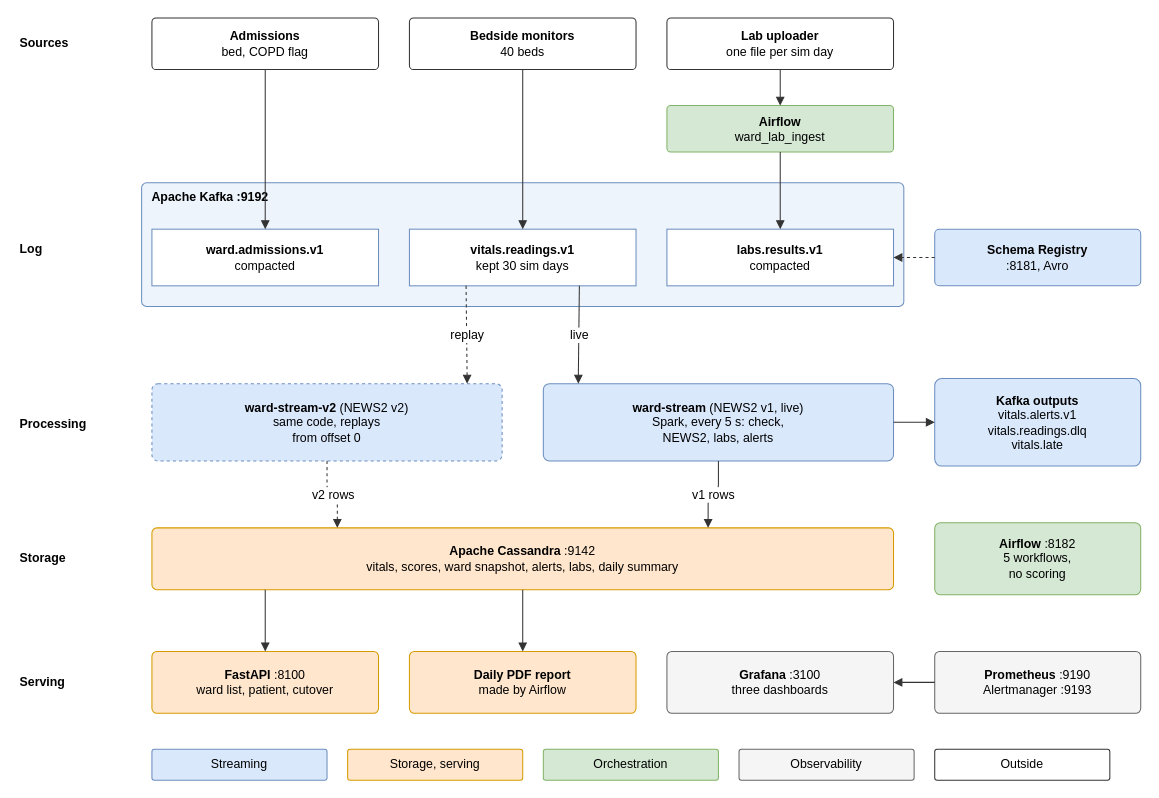
Earlier version of the draw.io diagram docs/diagrams/D2-layered-architecture.drawio (Ashfaq-Riyaldeen/hospital-vitals-kappa). Source tidied: cells renumbered, new cells numbered last; positions are measured from the earlier drawing's top-left corner, leaving out a move shared by most shapes. Both pictures are drawn from the tidied source at 103%, with x=0, y=0 at pixel (18, 18).
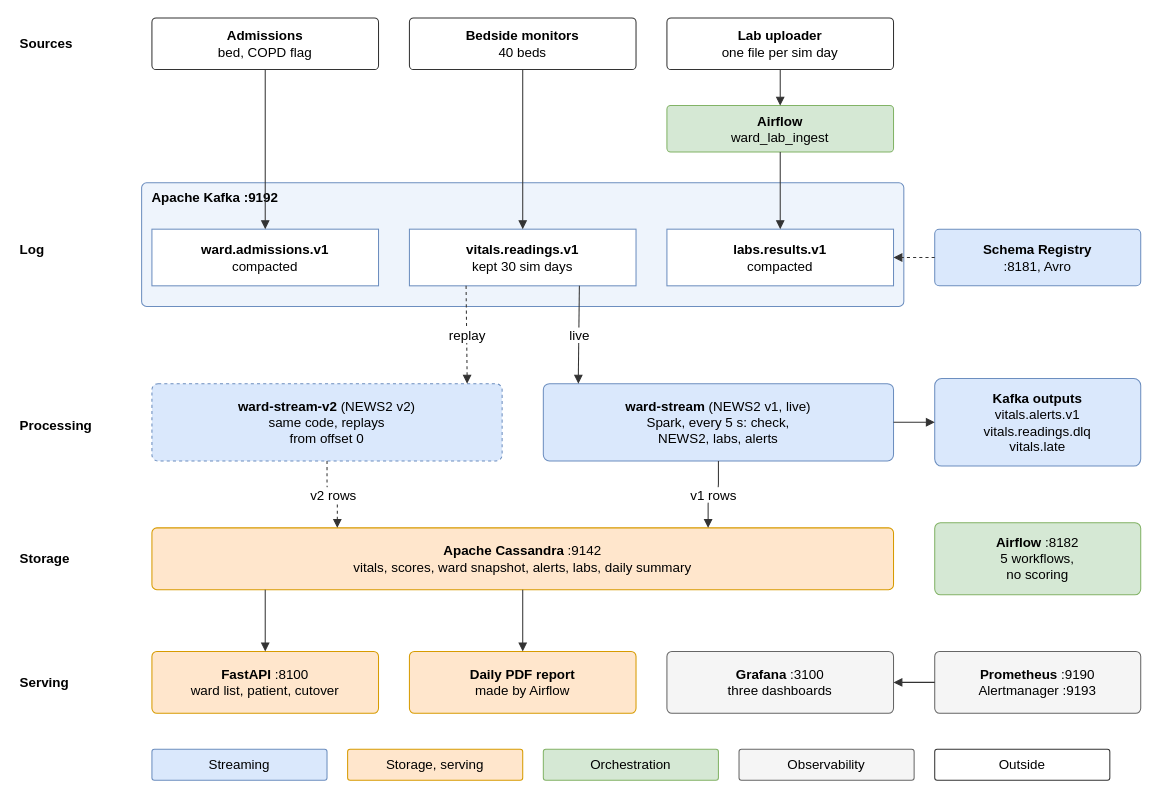
Above is the later version.

Change to the diagram source:
```diff
@@
-    <mxCell id="2" value="Sources" style="text;html=1;align=left;verticalAlign=middle;fontFamily=Helvetica;fontSize=12;fontStyle=1;" parent="1" vertex="1">
+    <mxCell id="2" value="Sources" style="text;html=1;align=left;verticalAlign=middle;fontFamily=Helvetica;fontSize=13;fontStyle=1;" parent="1" vertex="1">
       <mxGeometry y="5" width="110" height="40" as="geometry" />
     </mxCell>
-    <mxCell id="3" value="Log" style="text;html=1;align=left;verticalAlign=middle;fontFamily=Helvetica;fontSize=12;fontStyle=1;" parent="1" vertex="1">
+    <mxCell id="3" value="Log" style="text;html=1;align=left;verticalAlign=middle;fontFamily=Helvetica;fontSize=13;fontStyle=1;" parent="1" vertex="1">
       <mxGeometry y="205" width="110" height="40" as="geometry" />
     </mxCell>
-    <mxCell id="4" value="Processing" style="text;html=1;align=left;verticalAlign=middle;fontFamily=Helvetica;fontSize=12;fontStyle=1;" parent="1" vertex="1">
+    <mxCell id="4" value="Processing" style="text;html=1;align=left;verticalAlign=middle;fontFamily=Helvetica;fontSize=13;fontStyle=1;" parent="1" vertex="1">
       <mxGeometry y="375" width="110" height="40" as="geometry" />
     </mxCell>
-    <mxCell id="5" value="Storage" style="text;html=1;align=left;verticalAlign=middle;fontFamily=Helvetica;fontSize=12;fontStyle=1;" parent="1" vertex="1">
+    <mxCell id="5" value="Storage" style="text;html=1;align=left;verticalAlign=middle;fontFamily=Helvetica;fontSize=13;fontStyle=1;" parent="1" vertex="1">
       <mxGeometry y="505" width="110" height="40" as="geometry" />
     </mxCell>
-    <mxCell id="6" value="Serving" style="text;html=1;align=left;verticalAlign=middle;fontFamily=Helvetica;fontSize=12;fontStyle=1;" parent="1" vertex="1">
+    <mxCell id="6" value="Serving" style="text;html=1;align=left;verticalAlign=middle;fontFamily=Helvetica;fontSize=13;fontStyle=1;" parent="1" vertex="1">
       <mxGeometry y="625" width="110" height="40" as="geometry" />
     </mxCell>
-    <mxCell id="7" value="&lt;b&gt;Admissions&lt;/b&gt;&lt;br&gt;bed, COPD flag" style="whiteSpace=wrap;html=1;rounded=1;arcSize=8;fontFamily=Helvetica;fontSize=12;fillColor=#ffffff;strokeColor=#333333;" parent="1" vertex="1">
+    <mxCell id="7" value="&lt;b&gt;Admissions&lt;/b&gt;&lt;br&gt;bed, COPD flag" style="whiteSpace=wrap;html=1;rounded=1;arcSize=8;fontFamily=Helvetica;fontSize=13;fillColor=#ffffff;strokeColor=#333333;" parent="1" vertex="1">
       <mxGeometry x="130" width="220" height="50" as="geometry" />
     </mxCell>
-    <mxCell id="8" value="&lt;b&gt;Bedside monitors&lt;/b&gt;&lt;br&gt;40 beds" style="whiteSpace=wrap;html=1;rounded=1;arcSize=8;fontFamily=Helvetica;fontSize=12;fillColor=#ffffff;strokeColor=#333333;" parent="1" vertex="1">
+    <mxCell id="8" value="&lt;b&gt;Bedside monitors&lt;/b&gt;&lt;br&gt;40 beds" style="whiteSpace=wrap;html=1;rounded=1;arcSize=8;fontFamily=Helvetica;fontSize=13;fillColor=#ffffff;strokeColor=#333333;" parent="1" vertex="1">
       <mxGeometry x="380" width="220" height="50" as="geometry" />
     </mxCell>
-    <mxCell id="9" value="&lt;b&gt;Lab uploader&lt;/b&gt;&lt;br&gt;one file per sim day" style="whiteSpace=wrap;html=1;rounded=1;arcSize=8;fontFamily=Helvetica;fontSize=12;fillColor=#ffffff;strokeColor=#333333;" parent="1" vertex="1">
+    <mxCell id="9" value="&lt;b&gt;Lab uploader&lt;/b&gt;&lt;br&gt;one file per sim day" style="whiteSpace=wrap;html=1;rounded=1;arcSize=8;fontFamily=Helvetica;fontSize=13;fillColor=#ffffff;strokeColor=#333333;" parent="1" vertex="1">
       <mxGeometry x="630" width="220" height="50" as="geometry" />
     </mxCell>
-    <mxCell id="10" value="&lt;b&gt;Airflow&lt;/b&gt;&lt;br&gt;ward_lab_ingest" style="whiteSpace=wrap;html=1;rounded=1;arcSize=8;fontFamily=Helvetica;fontSize=12;fillColor=#d5e8d4;strokeColor=#82b366;" parent="1" vertex="1">
+    <mxCell id="10" value="&lt;b&gt;Airflow&lt;/b&gt;&lt;br&gt;ward_lab_ingest" style="whiteSpace=wrap;html=1;rounded=1;arcSize=8;fontFamily=Helvetica;fontSize=13;fillColor=#d5e8d4;strokeColor=#82b366;" parent="1" vertex="1">
       <mxGeometry x="630" y="85" width="220" height="45" as="geometry" />
     </mxCell>
-    <mxCell id="11" value="Apache Kafka :9192" style="whiteSpace=wrap;html=1;rounded=1;arcSize=4;verticalAlign=top;align=left;spacingLeft=8;fontFamily=Helvetica;fontSize=12;fontStyle=1;fillColor=#eef4fc;strokeColor=#6c8ebf;" parent="1" vertex="1">
+    <mxCell id="11" value="Apache Kafka :9192" style="whiteSpace=wrap;html=1;rounded=1;arcSize=4;verticalAlign=top;align=left;spacingLeft=8;fontFamily=Helvetica;fontSize=13;fontStyle=1;fillColor=#eef4fc;strokeColor=#6c8ebf;" parent="1" vertex="1">
       <mxGeometry x="120" y="160" width="740" height="120" as="geometry" />
     </mxCell>
-    <mxCell id="12" value="&lt;b&gt;ward.admissions.v1&lt;/b&gt;&lt;br&gt;compacted" style="whiteSpace=wrap;html=1;rounded=0;fontFamily=Helvetica;fontSize=12;fillColor=#ffffff;strokeColor=#6c8ebf;" parent="1" vertex="1">
+    <mxCell id="12" value="&lt;b&gt;ward.admissions.v1&lt;/b&gt;&lt;br&gt;compacted" style="whiteSpace=wrap;html=1;rounded=0;fontFamily=Helvetica;fontSize=13;fillColor=#ffffff;strokeColor=#6c8ebf;" parent="1" vertex="1">
       <mxGeometry x="130" y="205" width="220" height="55" as="geometry" />
     </mxCell>
-    <mxCell id="13" value="&lt;b&gt;vitals.readings.v1&lt;/b&gt;&lt;br&gt;kept 30 sim days" style="whiteSpace=wrap;html=1;rounded=0;fontFamily=Helvetica;fontSize=12;fillColor=#ffffff;strokeColor=#6c8ebf;" parent="1" vertex="1">
+    <mxCell id="13" value="&lt;b&gt;vitals.readings.v1&lt;/b&gt;&lt;br&gt;kept 30 sim days" style="whiteSpace=wrap;html=1;rounded=0;fontFamily=Helvetica;fontSize=13;fillColor=#ffffff;strokeColor=#6c8ebf;" parent="1" vertex="1">
       <mxGeometry x="380" y="205" width="220" height="55" as="geometry" />
     </mxCell>
-    <mxCell id="14" value="&lt;b&gt;labs.results.v1&lt;/b&gt;&lt;br&gt;compacted" style="whiteSpace=wrap;html=1;rounded=0;fontFamily=Helvetica;fontSize=12;fillColor=#ffffff;strokeColor=#6c8ebf;" parent="1" vertex="1">
+    <mxCell id="14" value="&lt;b&gt;labs.results.v1&lt;/b&gt;&lt;br&gt;compacted" style="whiteSpace=wrap;html=1;rounded=0;fontFamily=Helvetica;fontSize=13;fillColor=#ffffff;strokeColor=#6c8ebf;" parent="1" vertex="1">
       <mxGeometry x="630" y="205" width="220" height="55" as="geometry" />
     </mxCell>
-    <mxCell id="15" value="&lt;b&gt;ward-stream-v2&lt;/b&gt; (NEWS2 v2)&lt;br&gt;same code, replays&lt;br&gt;from offset 0" style="whiteSpace=wrap;html=1;rounded=1;arcSize=8;fontFamily=Helvetica;fontSize=12;fillColor=#dae8fc;strokeColor=#6c8ebf;dashed=1;" parent="1" vertex="1">
+    <mxCell id="15" value="&lt;b&gt;ward-stream-v2&lt;/b&gt; (NEWS2 v2)&lt;br&gt;same code, replays&lt;br&gt;from offset 0" style="whiteSpace=wrap;html=1;rounded=1;arcSize=8;fontFamily=Helvetica;fontSize=13;fillColor=#dae8fc;strokeColor=#6c8ebf;dashed=1;" parent="1" vertex="1">
       <mxGeometry x="130" y="355" width="340" height="75" as="geometry" />
     </mxCell>
-    <mxCell id="16" value="&lt;b&gt;ward-stream&lt;/b&gt; (NEWS2 v1, live)&lt;br&gt;Spark, every 5 s: check,&lt;br&gt;NEWS2, labs, alerts" style="whiteSpace=wrap;html=1;rounded=1;arcSize=8;fontFamily=Helvetica;fontSize=12;fillColor=#dae8fc;strokeColor=#6c8ebf;" parent="1" vertex="1">
+    <mxCell id="16" value="&lt;b&gt;ward-stream&lt;/b&gt; (NEWS2 v1, live)&lt;br&gt;Spark, every 5 s: check,&lt;br&gt;NEWS2, labs, alerts" style="whiteSpace=wrap;html=1;rounded=1;arcSize=8;fontFamily=Helvetica;fontSize=13;fillColor=#dae8fc;strokeColor=#6c8ebf;" parent="1" vertex="1">
       <mxGeometry x="510" y="355" width="340" height="75" as="geometry" />
     </mxCell>
-    <mxCell id="17" value="&lt;b&gt;Apache Cassandra&lt;/b&gt; :9142&lt;br&gt;vitals, scores, ward snapshot, alerts, labs, daily summary" style="whiteSpace=wrap;html=1;rounded=1;arcSize=8;fontFamily=Helvetica;fontSize=12;fillColor=#ffe6cc;strokeColor=#d79b00;" parent="1" vertex="1">
+    <mxCell id="17" value="&lt;b&gt;Apache Cassandra&lt;/b&gt; :9142&lt;br&gt;vitals, scores, ward snapshot, alerts, labs, daily summary" style="whiteSpace=wrap;html=1;rounded=1;arcSize=8;fontFamily=Helvetica;fontSize=13;fillColor=#ffe6cc;strokeColor=#d79b00;" parent="1" vertex="1">
       <mxGeometry x="130" y="495" width="720" height="60" as="geometry" />
     </mxCell>
-    <mxCell id="18" value="&lt;b&gt;FastAPI&lt;/b&gt; :8100&lt;br&gt;ward list, patient, cutover" style="whiteSpace=wrap;html=1;rounded=1;arcSize=8;fontFamily=Helvetica;fontSize=12;fillColor=#ffe6cc;strokeColor=#d79b00;" parent="1" vertex="1">
+    <mxCell id="18" value="&lt;b&gt;FastAPI&lt;/b&gt; :8100&lt;br&gt;ward list, patient, cutover" style="whiteSpace=wrap;html=1;rounded=1;arcSize=8;fontFamily=Helvetica;fontSize=13;fillColor=#ffe6cc;strokeColor=#d79b00;" parent="1" vertex="1">
       <mxGeometry x="130" y="615" width="220" height="60" as="geometry" />
     </mxCell>
-    <mxCell id="19" value="&lt;b&gt;Daily PDF report&lt;/b&gt;&lt;br&gt;made by Airflow" style="whiteSpace=wrap;html=1;rounded=1;arcSize=8;fontFamily=Helvetica;fontSize=12;fillColor=#ffe6cc;strokeColor=#d79b00;" parent="1" vertex="1">
+    <mxCell id="19" value="&lt;b&gt;Daily PDF report&lt;/b&gt;&lt;br&gt;made by Airflow" style="whiteSpace=wrap;html=1;rounded=1;arcSize=8;fontFamily=Helvetica;fontSize=13;fillColor=#ffe6cc;strokeColor=#d79b00;" parent="1" vertex="1">
       <mxGeometry x="380" y="615" width="220" height="60" as="geometry" />
     </mxCell>
-    <mxCell id="20" value="&lt;b&gt;Grafana&lt;/b&gt; :3100&lt;br&gt;three dashboards" style="whiteSpace=wrap;html=1;rounded=1;arcSize=8;fontFamily=Helvetica;fontSize=12;fillColor=#f5f5f5;strokeColor=#666666;" parent="1" vertex="1">
+    <mxCell id="20" value="&lt;b&gt;Grafana&lt;/b&gt; :3100&lt;br&gt;three dashboards" style="whiteSpace=wrap;html=1;rounded=1;arcSize=8;fontFamily=Helvetica;fontSize=13;fillColor=#f5f5f5;strokeColor=#666666;" parent="1" vertex="1">
       <mxGeometry x="630" y="615" width="220" height="60" as="geometry" />
     </mxCell>
-    <mxCell id="21" value="&lt;b&gt;Schema Registry&lt;/b&gt;&lt;br&gt;:8181, Avro" style="whiteSpace=wrap;html=1;rounded=1;arcSize=8;fontFamily=Helvetica;fontSize=12;fillColor=#dae8fc;strokeColor=#6c8ebf;" parent="1" vertex="1">
+    <mxCell id="21" value="&lt;b&gt;Schema Registry&lt;/b&gt;&lt;br&gt;:8181, Avro" style="whiteSpace=wrap;html=1;rounded=1;arcSize=8;fontFamily=Helvetica;fontSize=13;fillColor=#dae8fc;strokeColor=#6c8ebf;" parent="1" vertex="1">
       <mxGeometry x="890" y="205" width="200" height="55" as="geometry" />
     </mxCell>
-    <mxCell id="22" value="&lt;b&gt;Kafka outputs&lt;/b&gt;&lt;br&gt;vitals.alerts.v1&lt;br&gt;vitals.readings.dlq&lt;br&gt;vitals.late" style="whiteSpace=wrap;html=1;rounded=1;arcSize=8;fontFamily=Helvetica;fontSize=12;fillColor=#dae8fc;strokeColor=#6c8ebf;" parent="1" vertex="1">
+    <mxCell id="22" value="&lt;b&gt;Kafka outputs&lt;/b&gt;&lt;br&gt;vitals.alerts.v1&lt;br&gt;vitals.readings.dlq&lt;br&gt;vitals.late" style="whiteSpace=wrap;html=1;rounded=1;arcSize=8;fontFamily=Helvetica;fontSize=13;fillColor=#dae8fc;strokeColor=#6c8ebf;" parent="1" vertex="1">
       <mxGeometry x="890" y="350" width="200" height="85" as="geometry" />
     </mxCell>
-    <mxCell id="23" value="&lt;b&gt;Airflow&lt;/b&gt; :8182&lt;br&gt;5 workflows,&lt;br&gt;no scoring" style="whiteSpace=wrap;html=1;rounded=1;arcSize=8;fontFamily=Helvetica;fontSize=12;fillColor=#d5e8d4;strokeColor=#82b366;" parent="1" vertex="1">
+    <mxCell id="23" value="&lt;b&gt;Airflow&lt;/b&gt; :8182&lt;br&gt;5 workflows,&lt;br&gt;no scoring" style="whiteSpace=wrap;html=1;rounded=1;arcSize=8;fontFamily=Helvetica;fontSize=13;fillColor=#d5e8d4;strokeColor=#82b366;" parent="1" vertex="1">
       <mxGeometry x="890" y="490" width="200" height="70" as="geometry" />
     </mxCell>
-    <mxCell id="24" value="&lt;b&gt;Prometheus&lt;/b&gt; :9190&lt;br&gt;Alertmanager :9193" style="whiteSpace=wrap;html=1;rounded=1;arcSize=8;fontFamily=Helvetica;fontSize=12;fillColor=#f5f5f5;strokeColor=#666666;" parent="1" vertex="1">
+    <mxCell id="24" value="&lt;b&gt;Prometheus&lt;/b&gt; :9190&lt;br&gt;Alertmanager :9193" style="whiteSpace=wrap;html=1;rounded=1;arcSize=8;fontFamily=Helvetica;fontSize=13;fillColor=#f5f5f5;strokeColor=#666666;" parent="1" vertex="1">
       <mxGeometry x="890" y="615" width="200" height="60" as="geometry" />
     </mxCell>
-    <mxCell id="25" style="edgeStyle=orthogonalEdgeStyle;rounded=1;html=1;endArrow=block;endFill=1;fontFamily=Helvetica;fontSize=12;labelBackgroundColor=#ffffff;strokeColor=#333333;jumpStyle=arc;jumpSize=8;exitX=0.5;exitY=1;exitDx=0;exitDy=0;entryX=0.5;entryY=0;entryDx=0;entryDy=0;" parent="1" edge="1" source="7" target="12">
+    <mxCell id="25" style="edgeStyle=orthogonalEdgeStyle;rounded=1;html=1;endArrow=block;endFill=1;fontFamily=Helvetica;fontSize=13;labelBackgroundColor=#ffffff;strokeColor=#333333;jumpStyle=arc;jumpSize=8;exitX=0.5;exitY=1;exitDx=0;exitDy=0;entryX=0.5;entryY=0;entryDx=0;entryDy=0;" parent="1" edge="1" source="7" target="12">
       <mxGeometry relative="1" as="geometry" />
     </mxCell>
-    <mxCell id="26" style="edgeStyle=orthogonalEdgeStyle;rounded=1;html=1;endArrow=block;endFill=1;fontFamily=Helvetica;fontSize=12;labelBackgroundColor=#ffffff;strokeColor=#333333;jumpStyle=arc;jumpSize=8;exitX=0.5;exitY=1;exitDx=0;exitDy=0;entryX=0.5;entryY=0;entryDx=0;entryDy=0;" parent="1" edge="1" source="8" target="13">
+    <mxCell id="26" style="edgeStyle=orthogonalEdgeStyle;rounded=1;html=1;endArrow=block;endFill=1;fontFamily=Helvetica;fontSize=13;labelBackgroundColor=#ffffff;strokeColor=#333333;jumpStyle=arc;jumpSize=8;exitX=0.5;exitY=1;exitDx=0;exitDy=0;entryX=0.5;entryY=0;entryDx=0;entryDy=0;" parent="1" edge="1" source="8" target="13">
       <mxGeometry relative="1" as="geometry" />
     </mxCell>
-    <mxCell id="27" style="edgeStyle=orthogonalEdgeStyle;rounded=1;html=1;endArrow=block;endFill=1;fontFamily=Helvetica;fontSize=12;labelBackgroundColor=#ffffff;strokeColor=#333333;jumpStyle=arc;jumpSize=8;exitX=0.5;exitY=1;exitDx=0;exitDy=0;entryX=0.5;entryY=0;entryDx=0;entryDy=0;" parent="1" edge="1" source="9" target="10">
+    <mxCell id="27" style="edgeStyle=orthogonalEdgeStyle;rounded=1;html=1;endArrow=block;endFill=1;fontFamily=Helvetica;fontSize=13;labelBackgroundColor=#ffffff;strokeColor=#333333;jumpStyle=arc;jumpSize=8;exitX=0.5;exitY=1;exitDx=0;exitDy=0;entryX=0.5;entryY=0;entryDx=0;entryDy=0;" parent="1" edge="1" source="9" target="10">
       <mxGeometry relative="1" as="geometry" />
     </mxCell>
-    <mxCell id="28" style="edgeStyle=orthogonalEdgeStyle;rounded=1;html=1;endArrow=block;endFill=1;fontFamily=Helvetica;fontSize=12;labelBackgroundColor=#ffffff;strokeColor=#333333;jumpStyle=arc;jumpSize=8;exitX=0.5;exitY=1;exitDx=0;exitDy=0;entryX=0.5;entryY=0;entryDx=0;entryDy=0;" parent="1" edge="1" source="10" target="14">
+    <mxCell id="28" style="edgeStyle=orthogonalEdgeStyle;rounded=1;html=1;endArrow=block;endFill=1;fontFamily=Helvetica;fontSize=13;labelBackgroundColor=#ffffff;strokeColor=#333333;jumpStyle=arc;jumpSize=8;exitX=0.5;exitY=1;exitDx=0;exitDy=0;entryX=0.5;entryY=0;entryDx=0;entryDy=0;" parent="1" edge="1" source="10" target="14">
       <mxGeometry relative="1" as="geometry" />
     </mxCell>
-    <mxCell id="29" value="replay" style="edgeStyle=orthogonalEdgeStyle;rounded=1;html=1;endArrow=block;endFill=1;fontFamily=Helvetica;fontSize=12;labelBackgroundColor=#ffffff;strokeColor=#333333;jumpStyle=arc;jumpSize=8;exitX=0.25;exitY=1;exitDx=0;exitDy=0;entryX=0.9;entryY=0;entryDx=0;entryDy=0;dashed=1;" parent="1" edge="1" source="13" target="15">
+    <mxCell id="29" value="replay" style="edgeStyle=orthogonalEdgeStyle;rounded=1;html=1;endArrow=block;endFill=1;fontFamily=Helvetica;fontSize=13;labelBackgroundColor=#ffffff;strokeColor=#333333;jumpStyle=arc;jumpSize=8;exitX=0.25;exitY=1;exitDx=0;exitDy=0;entryX=0.9;entryY=0;entryDx=0;entryDy=0;dashed=1;" parent="1" edge="1" source="13" target="15">
       <mxGeometry relative="1" as="geometry" />
     </mxCell>
-    <mxCell id="30" value="live" style="edgeStyle=orthogonalEdgeStyle;rounded=1;html=1;endArrow=block;endFill=1;fontFamily=Helvetica;fontSize=12;labelBackgroundColor=#ffffff;strokeColor=#333333;jumpStyle=arc;jumpSize=8;exitX=0.75;exitY=1;exitDx=0;exitDy=0;entryX=0.1;entryY=0;entryDx=0;entryDy=0;" parent="1" edge="1" source="13" target="16">
+    <mxCell id="30" value="live" style="edgeStyle=orthogonalEdgeStyle;rounded=1;html=1;endArrow=block;endFill=1;fontFamily=Helvetica;fontSize=13;labelBackgroundColor=#ffffff;strokeColor=#333333;jumpStyle=arc;jumpSize=8;exitX=0.75;exitY=1;exitDx=0;exitDy=0;entryX=0.1;entryY=0;entryDx=0;entryDy=0;" parent="1" edge="1" source="13" target="16">
       <mxGeometry relative="1" as="geometry" />
     </mxCell>
-    <mxCell id="31" style="edgeStyle=orthogonalEdgeStyle;rounded=1;html=1;endArrow=block;endFill=1;fontFamily=Helvetica;fontSize=12;labelBackgroundColor=#ffffff;strokeColor=#333333;jumpStyle=arc;jumpSize=8;exitX=1;exitY=0.5;exitDx=0;exitDy=0;entryX=0;entryY=0.5;entryDx=0;entryDy=0;" parent="1" edge="1" source="16" target="22">
+    <mxCell id="31" style="edgeStyle=orthogonalEdgeStyle;rounded=1;html=1;endArrow=block;endFill=1;fontFamily=Helvetica;fontSize=13;labelBackgroundColor=#ffffff;strokeColor=#333333;jumpStyle=arc;jumpSize=8;exitX=1;exitY=0.5;exitDx=0;exitDy=0;entryX=0;entryY=0.5;entryDx=0;entryDy=0;" parent="1" edge="1" source="16" target="22">
       <mxGeometry relative="1" as="geometry" />
     </mxCell>
-    <mxCell id="32" style="edgeStyle=orthogonalEdgeStyle;rounded=1;html=1;endArrow=block;endFill=1;fontFamily=Helvetica;fontSize=12;labelBackgroundColor=#ffffff;strokeColor=#333333;jumpStyle=arc;jumpSize=8;exitX=0;exitY=0.5;exitDx=0;exitDy=0;entryX=1;entryY=0.5;entryDx=0;entryDy=0;dashed=1;" parent="1" edge="1" source="21" target="14">
+    <mxCell id="32" style="edgeStyle=orthogonalEdgeStyle;rounded=1;html=1;endArrow=block;endFill=1;fontFamily=Helvetica;fontSize=13;labelBackgroundColor=#ffffff;strokeColor=#333333;jumpStyle=arc;jumpSize=8;exitX=0;exitY=0.5;exitDx=0;exitDy=0;entryX=1;entryY=0.5;entryDx=0;entryDy=0;dashed=1;" parent="1" edge="1" source="21" target="14">
       <mxGeometry relative="1" as="geometry" />
     </mxCell>
-    <mxCell id="33" value="v2 rows" style="edgeStyle=orthogonalEdgeStyle;rounded=1;html=1;endArrow=block;endFill=1;fontFamily=Helvetica;fontSize=12;labelBackgroundColor=#ffffff;strokeColor=#333333;jumpStyle=arc;jumpSize=8;exitX=0.5;exitY=1;exitDx=0;exitDy=0;entryX=0.25;entryY=0;entryDx=0;entryDy=0;dashed=1;" parent="1" edge="1" source="15" target="17">
+    <mxCell id="33" value="v2 rows" style="edgeStyle=orthogonalEdgeStyle;rounded=1;html=1;endArrow=block;endFill=1;fontFamily=Helvetica;fontSize=13;labelBackgroundColor=#ffffff;strokeColor=#333333;jumpStyle=arc;jumpSize=8;exitX=0.5;exitY=1;exitDx=0;exitDy=0;entryX=0.25;entryY=0;entryDx=0;entryDy=0;dashed=1;" parent="1" edge="1" source="15" target="17">
       <mxGeometry relative="1" as="geometry" />
     </mxCell>
-    <mxCell id="34" value="v1 rows" style="edgeStyle=orthogonalEdgeStyle;rounded=1;html=1;endArrow=block;endFill=1;fontFamily=Helvetica;fontSize=12;labelBackgroundColor=#ffffff;strokeColor=#333333;jumpStyle=arc;jumpSize=8;exitX=0.5;exitY=1;exitDx=0;exitDy=0;entryX=0.75;entryY=0;entryDx=0;entryDy=0;" parent="1" edge="1" source="16" target="17">
+    <mxCell id="34" value="v1 rows" style="edgeStyle=orthogonalEdgeStyle;rounded=1;html=1;endArrow=block;endFill=1;fontFamily=Helvetica;fontSize=13;labelBackgroundColor=#ffffff;strokeColor=#333333;jumpStyle=arc;jumpSize=8;exitX=0.5;exitY=1;exitDx=0;exitDy=0;entryX=0.75;entryY=0;entryDx=0;entryDy=0;" parent="1" edge="1" source="16" target="17">
       <mxGeometry relative="1" as="geometry" />
     </mxCell>
-    <mxCell id="35" style="edgeStyle=orthogonalEdgeStyle;rounded=1;html=1;endArrow=block;endFill=1;fontFamily=Helvetica;fontSize=12;labelBackgroundColor=#ffffff;strokeColor=#333333;jumpStyle=arc;jumpSize=8;exitX=0.1527777777777778;exitY=1;exitDx=0;exitDy=0;entryX=0.5;entryY=0;entryDx=0;entryDy=0;" parent="1" edge="1" source="17" target="18">
+    <mxCell id="35" style="edgeStyle=orthogonalEdgeStyle;rounded=1;html=1;endArrow=block;endFill=1;fontFamily=Helvetica;fontSize=13;labelBackgroundColor=#ffffff;strokeColor=#333333;jumpStyle=arc;jumpSize=8;exitX=0.1527777777777778;exitY=1;exitDx=0;exitDy=0;entryX=0.5;entryY=0;entryDx=0;entryDy=0;" parent="1" edge="1" source="17" target="18">
       <mxGeometry relative="1" as="geometry" />
     </mxCell>
-    <mxCell id="36" style="edgeStyle=orthogonalEdgeStyle;rounded=1;html=1;endArrow=block;endFill=1;fontFamily=Helvetica;fontSize=12;labelBackgroundColor=#ffffff;strokeColor=#333333;jumpStyle=arc;jumpSize=8;exitX=0.5;exitY=1;exitDx=0;exitDy=0;entryX=0.5;entryY=0;entryDx=0;entryDy=0;" parent="1" edge="1" source="17" target="19">
+    <mxCell id="36" style="edgeStyle=orthogonalEdgeStyle;rounded=1;html=1;endArrow=block;endFill=1;fontFamily=Helvetica;fontSize=13;labelBackgroundColor=#ffffff;strokeColor=#333333;jumpStyle=arc;jumpSize=8;exitX=0.5;exitY=1;exitDx=0;exitDy=0;entryX=0.5;entryY=0;entryDx=0;entryDy=0;" parent="1" edge="1" source="17" target="19">
       <mxGeometry relative="1" as="geometry" />
     </mxCell>
-    <mxCell id="37" style="edgeStyle=orthogonalEdgeStyle;rounded=1;html=1;endArrow=block;endFill=1;fontFamily=Helvetica;fontSize=12;labelBackgroundColor=#ffffff;strokeColor=#333333;jumpStyle=arc;jumpSize=8;exitX=0;exitY=0.5;exitDx=0;exitDy=0;entryX=1;entryY=0.5;entryDx=0;entryDy=0;" parent="1" edge="1" source="24" target="20">
+    <mxCell id="37" style="edgeStyle=orthogonalEdgeStyle;rounded=1;html=1;endArrow=block;endFill=1;fontFamily=Helvetica;fontSize=13;labelBackgroundColor=#ffffff;strokeColor=#333333;jumpStyle=arc;jumpSize=8;exitX=0;exitY=0.5;exitDx=0;exitDy=0;entryX=1;entryY=0.5;entryDx=0;entryDy=0;" parent="1" edge="1" source="24" target="20">
       <mxGeometry relative="1" as="geometry" />
     </mxCell>
-    <mxCell id="38" value="Streaming" style="whiteSpace=wrap;html=1;rounded=1;arcSize=8;fontFamily=Helvetica;fontSize=12;fillColor=#dae8fc;strokeColor=#6c8ebf;" parent="1" vertex="1">
+    <mxCell id="38" value="Streaming" style="whiteSpace=wrap;html=1;rounded=1;arcSize=8;fontFamily=Helvetica;fontSize=13;fillColor=#dae8fc;strokeColor=#6c8ebf;" parent="1" vertex="1">
       <mxGeometry x="130" y="710" width="170" height="30" as="geometry" />
     </mxCell>
-    <mxCell id="39" value="Storage, serving" style="whiteSpace=wrap;html=1;rounded=1;arcSize=8;fontFamily=Helvetica;fontSize=12;fillColor=#ffe6cc;strokeColor=#d79b00;" parent="1" vertex="1">
+    <mxCell id="39" value="Storage, serving" style="whiteSpace=wrap;html=1;rounded=1;arcSize=8;fontFamily=Helvetica;fontSize=13;fillColor=#ffe6cc;strokeColor=#d79b00;" parent="1" vertex="1">
       <mxGeometry x="320" y="710" width="170" height="30" as="geometry" />
     </mxCell>
-    <mxCell id="40" value="Orchestration" style="whiteSpace=wrap;html=1;rounded=1;arcSize=8;fontFamily=Helvetica;fontSize=12;fillColor=#d5e8d4;strokeColor=#82b366;" parent="1" vertex="1">
+    <mxCell id="40" value="Orchestration" style="whiteSpace=wrap;html=1;rounded=1;arcSize=8;fontFamily=Helvetica;fontSize=13;fillColor=#d5e8d4;strokeColor=#82b366;" parent="1" vertex="1">
       <mxGeometry x="510" y="710" width="170" height="30" as="geometry" />
     </mxCell>
-    <mxCell id="41" value="Observability" style="whiteSpace=wrap;html=1;rounded=1;arcSize=8;fontFamily=Helvetica;fontSize=12;fillColor=#f5f5f5;strokeColor=#666666;" parent="1" vertex="1">
+    <mxCell id="41" value="Observability" style="whiteSpace=wrap;html=1;rounded=1;arcSize=8;fontFamily=Helvetica;fontSize=13;fillColor=#f5f5f5;strokeColor=#666666;" parent="1" vertex="1">
       <mxGeometry x="700" y="710" width="170" height="30" as="geometry" />
     </mxCell>
-    <mxCell id="42" value="Outside" style="whiteSpace=wrap;html=1;rounded=1;arcSize=8;fontFamily=Helvetica;fontSize=12;fillColor=#ffffff;strokeColor=#333333;" parent="1" vertex="1">
+    <mxCell id="42" value="Outside" style="whiteSpace=wrap;html=1;rounded=1;arcSize=8;fontFamily=Helvetica;fontSize=13;fillColor=#ffffff;strokeColor=#333333;" parent="1" vertex="1">
       <mxGeometry x="890" y="710" width="170" height="30" as="geometry" />
     </mxCell>
```
